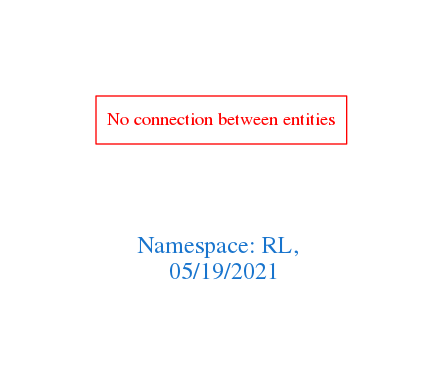
Above: downloads/RL.png in arago/OGIT (Graphviz), before the change. Its source is kept beside it as downloads/RL.dot.
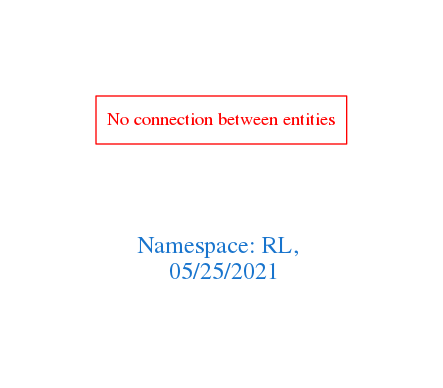
Later version of the same file.

What changed in the source:
```diff
@@ -1,7 +1,7 @@
 digraph OGIT_ontology {
  graph [ rankdir= LR,pad=1
 fontsize = 18,
-fontcolor= dodgerblue3,label = "\n\n\nNamespace: RL, \n 05/19/2021"];
+fontcolor= dodgerblue3,label = "\n\n\nNamespace: RL, \n 05/25/2021"];
 node[shape=polygon];
 edge [  color="gray81"];
 
```
